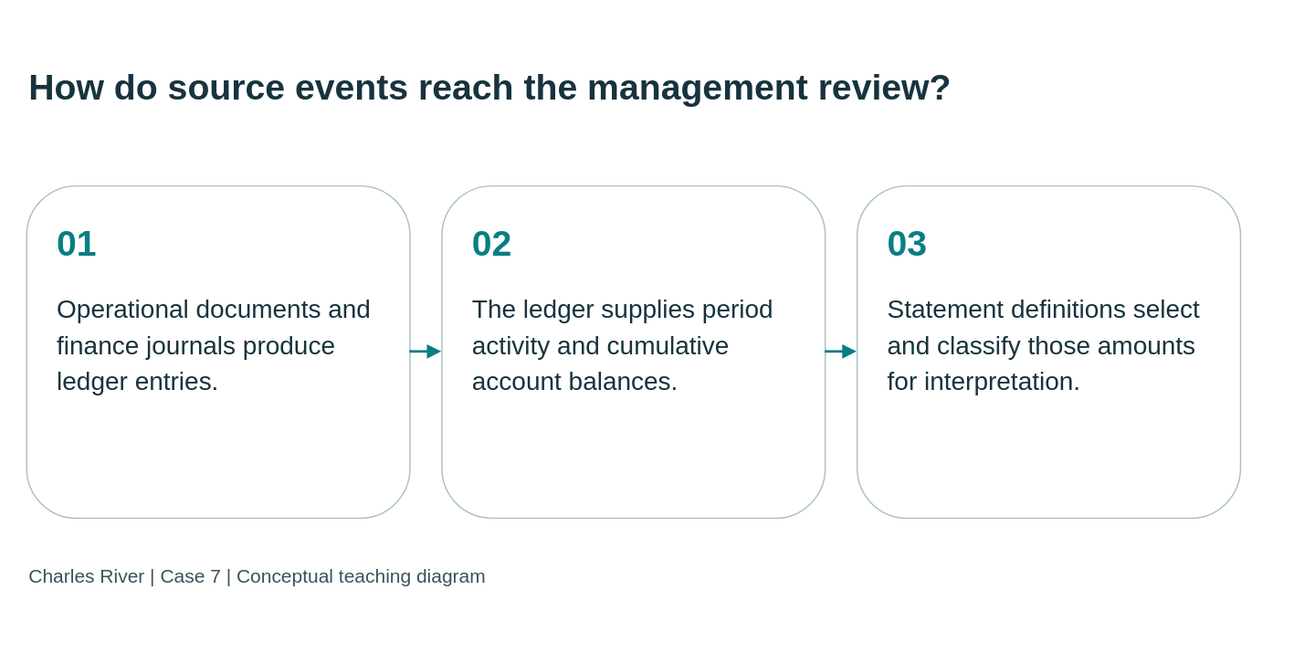
Before: static/diagrams/cases/case07-statements.svg, a diagram exported from draw.io (mmcodesso/CharlesRiver_Database). Source tidied: cells renumbered, new cells last; positions are measured from the earlier drawing's top-left corner, leaving out a move shared by most shapes.
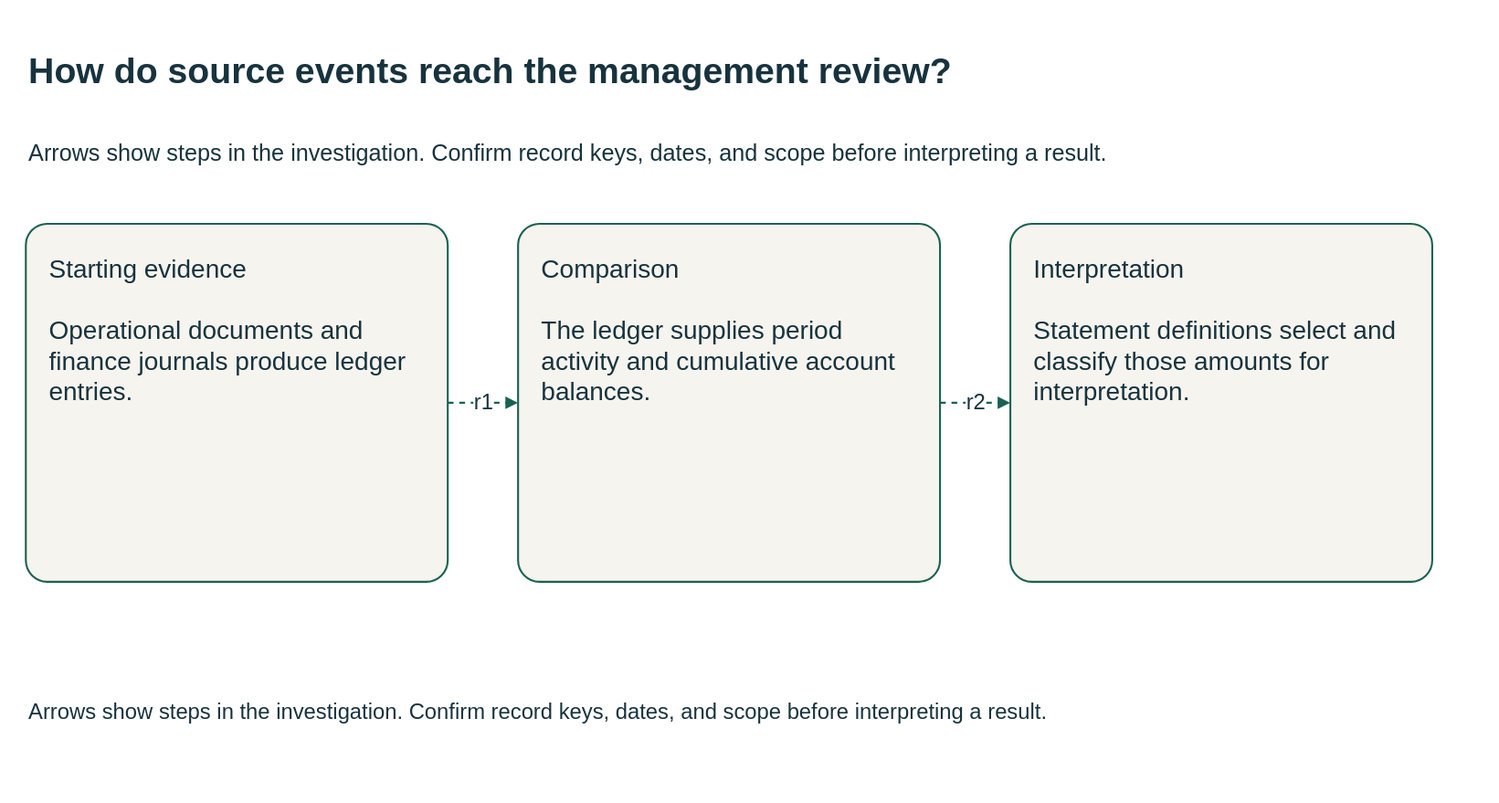
Later version of the same file.

What changed in the source:
```diff
@@ -1,27 +1,30 @@
-<mxGraphModel background="#f5f5ee">
+<mxGraphModel background="#FFFFFF">
   <root>
     <mxCell id="0" />
     <mxCell id="1" parent="0" />
-    <mxCell id="2" value="How do source events reach the management review?" style="text;html=0;strokeColor=none;fillColor=none;align=left;verticalAlign=middle;whiteSpace=wrap;fontSize=28;fontStyle=1;fontColor=#17333e;fontFamily=Arial;" parent="1" vertex="1">
-      <mxGeometry width="950" height="95" as="geometry" />
+    <mxCell id="2" value="How do source events reach the management review?" style="html=0;fontFamily=Arial;fontSize=20;fontColor=#17333e;strokeColor=#196252;strokeWidth=1.5;whiteSpace=wrap;text;strokeColor=none;fillColor=none;align=left;verticalAlign=middle;fontSize=28;fontStyle=1;" parent="1" vertex="1">
+      <mxGeometry y="-10" width="1110" height="70" as="geometry" />
     </mxCell>
+    <mxCell id="9" value="Arrows show steps in the investigation. Confirm record keys, dates, and scope before interpreting a result." style="html=0;fontFamily=Arial;fontSize=20;fontColor=#17333e;strokeColor=#196252;strokeWidth=1.5;whiteSpace=wrap;text;strokeColor=none;fillColor=none;align=left;verticalAlign=middle;fontSize=18;fontStyle=0;" parent="1" vertex="1">
+      <mxGeometry y="62" width="1110" height="55" as="geometry" />
+    </mxCell>
-    <mxCell id="3" value="&lt;div style=&quot;font-size:28px;color:#087e83;font-weight:bold;margin-bottom:20px&quot;&gt;01&lt;/div&gt;&lt;div style=&quot;font-size:20px;line-height:1.4&quot;&gt;Operational documents and finance journals produce ledger entries.&lt;/div&gt;" style="rounded=1;whiteSpace=wrap;html=1;fillColor=#ffffff;strokeColor=#a8bfc1;fontColor=#17333e;align=left;verticalAlign=top;spacing=24;fontFamily=Arial;fontSize=20;" parent="1" vertex="1">
-      <mxGeometry y="125" width="300" height="260" as="geometry" />
+    <mxCell id="3" value="Starting evidence&#10;&#10;Operational documents and finance journals produce ledger entries." style="html=0;fontFamily=Arial;fontSize=20;fontColor=#17333e;strokeColor=#196252;strokeWidth=1.5;whiteSpace=wrap;rounded=1;arcSize=6;fillColor=#f6f4ee;align=left;verticalAlign=top;spacing=18;" parent="1" vertex="1">
+      <mxGeometry y="145" width="330" height="280" as="geometry" />
     </mxCell>
-    <mxCell id="4" value="&lt;div style=&quot;font-size:28px;color:#087e83;font-weight:bold;margin-bottom:20px&quot;&gt;02&lt;/div&gt;&lt;div style=&quot;font-size:20px;line-height:1.4&quot;&gt;The ledger supplies period activity and cumulative account balances.&lt;/div&gt;" style="rounded=1;whiteSpace=wrap;html=1;fillColor=#ffffff;strokeColor=#a8bfc1;fontColor=#17333e;align=left;verticalAlign=top;spacing=24;fontFamily=Arial;fontSize=20;" parent="1" vertex="1">
-      <mxGeometry x="325" y="125" width="300" height="260" as="geometry" />
+    <mxCell id="4" value="Comparison&#10;&#10;The ledger supplies period activity and cumulative account balances." style="html=0;fontFamily=Arial;fontSize=20;fontColor=#17333e;strokeColor=#196252;strokeWidth=1.5;whiteSpace=wrap;rounded=1;arcSize=6;fillColor=#f6f4ee;align=left;verticalAlign=top;spacing=18;" parent="1" vertex="1">
+      <mxGeometry x="385" y="145" width="330" height="280" as="geometry" />
     </mxCell>
-    <mxCell id="5" value="&lt;div style=&quot;font-size:28px;color:#087e83;font-weight:bold;margin-bottom:20px&quot;&gt;03&lt;/div&gt;&lt;div style=&quot;font-size:20px;line-height:1.4&quot;&gt;Statement definitions select and classify those amounts for interpretation.&lt;/div&gt;" style="rounded=1;whiteSpace=wrap;html=1;fillColor=#ffffff;strokeColor=#a8bfc1;fontColor=#17333e;align=left;verticalAlign=top;spacing=24;fontFamily=Arial;fontSize=20;" parent="1" vertex="1">
-      <mxGeometry x="650" y="125" width="300" height="260" as="geometry" />
+    <mxCell id="5" value="Interpretation&#10;&#10;Statement definitions select and classify those amounts for interpretation." style="html=0;fontFamily=Arial;fontSize=20;fontColor=#17333e;strokeColor=#196252;strokeWidth=1.5;whiteSpace=wrap;rounded=1;arcSize=6;fillColor=#f6f4ee;align=left;verticalAlign=top;spacing=18;" parent="1" vertex="1">
+      <mxGeometry x="770" y="145" width="330" height="280" as="geometry" />
     </mxCell>
-    <mxCell id="6" style="edgeStyle=orthogonalEdgeStyle;rounded=0;html=1;endArrow=block;endFill=1;strokeColor=#087e83;strokeWidth=2;" parent="1" edge="1" source="3" target="4">
+    <mxCell id="6" value="r1" style="html=0;fontFamily=Arial;fontSize=20;fontColor=#17333e;strokeColor=#196252;strokeWidth=1.5;whiteSpace=wrap;edgeStyle=orthogonalEdgeStyle;rounded=0;fillColor=none;fontSize=17;labelBackgroundColor=#FFFFFF;startArrow=none;endArrow=block;endFill=1;dashed=1;exitX=1;exitY=0.5;entryX=0;entryY=0.5;" parent="1" edge="1" source="3" target="4">
       <mxGeometry relative="1" as="geometry" />
     </mxCell>
-    <mxCell id="7" style="edgeStyle=orthogonalEdgeStyle;rounded=0;html=1;endArrow=block;endFill=1;strokeColor=#087e83;strokeWidth=2;" parent="1" edge="1" source="4" target="5">
+    <mxCell id="7" value="r2" style="html=0;fontFamily=Arial;fontSize=20;fontColor=#17333e;strokeColor=#196252;strokeWidth=1.5;whiteSpace=wrap;edgeStyle=orthogonalEdgeStyle;rounded=0;fillColor=none;fontSize=17;labelBackgroundColor=#FFFFFF;startArrow=none;endArrow=block;endFill=1;dashed=1;exitX=1;exitY=0.5;entryX=0;entryY=0.5;" parent="1" edge="1" source="4" target="5">
       <mxGeometry relative="1" as="geometry" />
     </mxCell>
-    <mxCell id="8" value="Charles River | Case 7 | Conceptual teaching diagram" style="text;html=0;strokeColor=none;fillColor=none;align=left;fontSize=15;fontColor=#38535b;fontFamily=Arial;" parent="1" vertex="1">
-      <mxGeometry y="415" width="950" height="35" as="geometry" />
+    <mxCell id="8" value="Arrows show steps in the investigation. Confirm record keys, dates, and scope before interpreting a result." style="html=0;fontFamily=Arial;fontSize=20;fontColor=#17333e;strokeColor=#196252;strokeWidth=1.5;whiteSpace=wrap;text;strokeColor=none;fillColor=none;align=left;verticalAlign=middle;fontSize=17;fontStyle=0;" parent="1" vertex="1">
+      <mxGeometry y="497" width="1110" height="60" as="geometry" />
     </mxCell>
   </root>
 </mxGraphModel>
```
